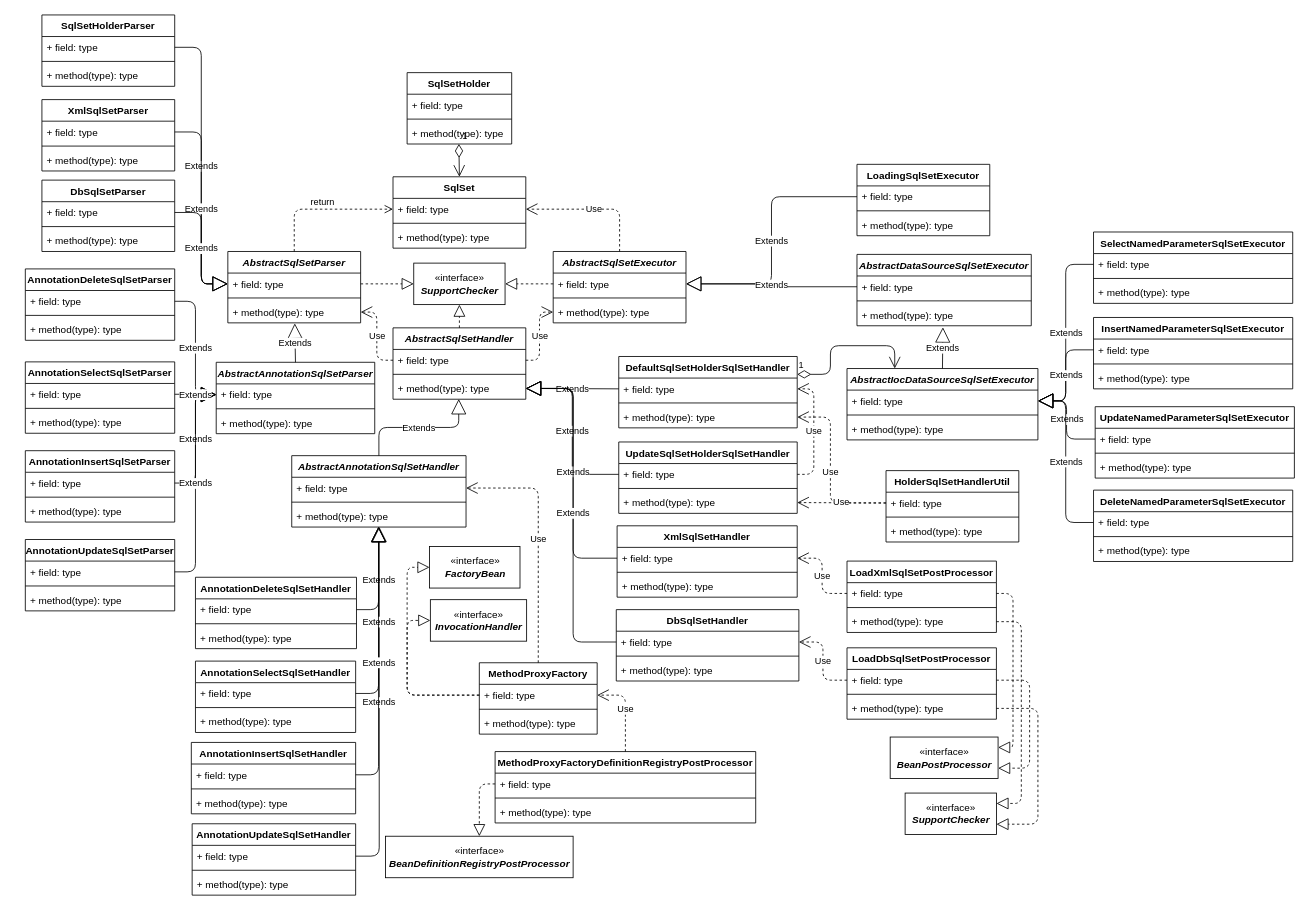
The draw.io diagram doc/SqlSet.drawio in waltertan1988/springboot-orm, before the edit. Source tidied: cells renumbered, new cells numbered last; positions are measured from the earlier drawing's top-left corner, leaving out a move shared by most shapes. Both pictures are drawn from the tidied source at 83%, with x=0, y=0 at pixel (25, 15).
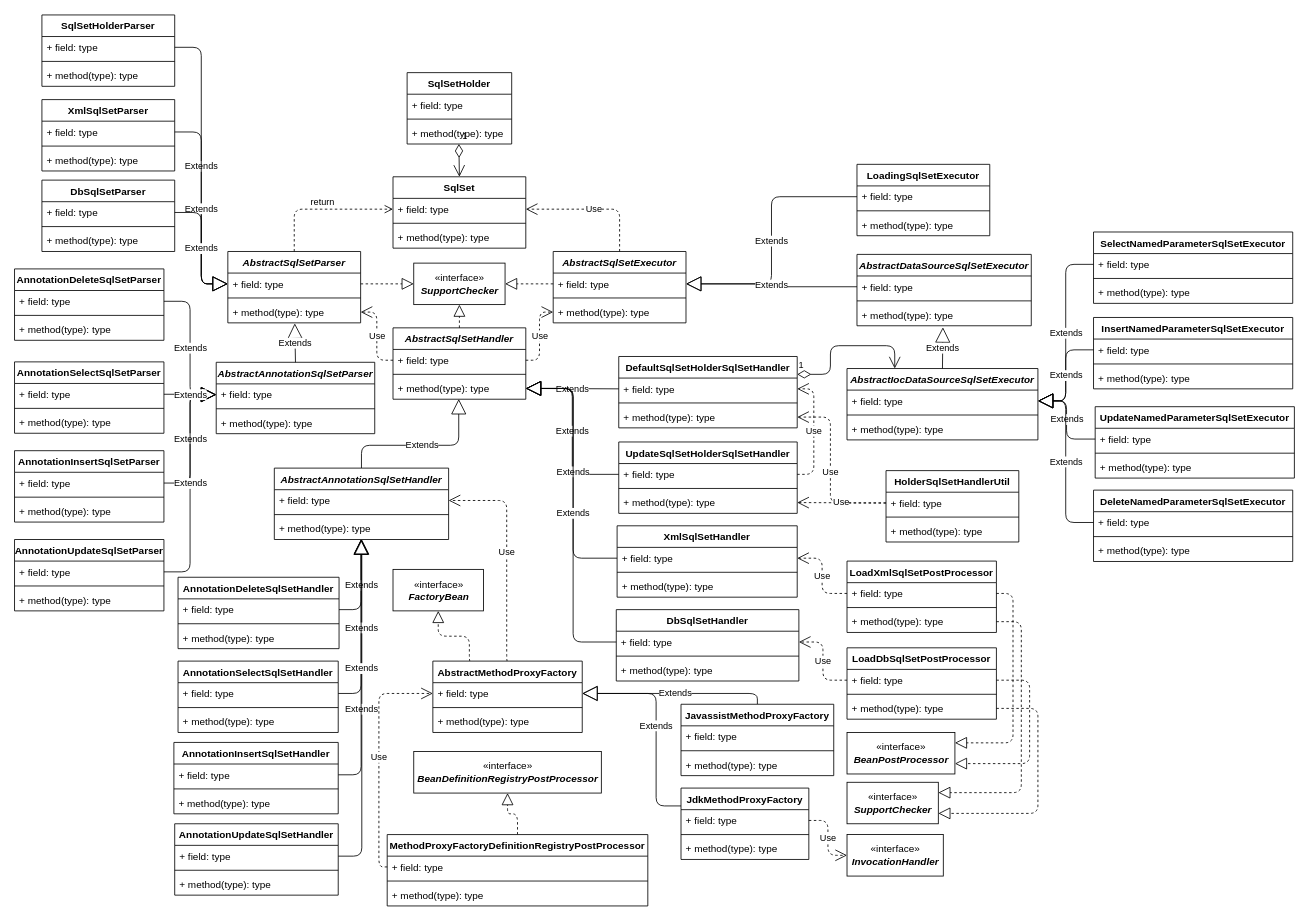
The same page after the edit.

Unchanged cells that the change refers to:
```xml
<mxCell id="6" value="+ method(type): type" style="text;strokeColor=none;fillColor=none;align=left;verticalAlign=top;spacingLeft=4;spacingRight=4;overflow=hidden;points=[[0,0.5],[1,0.5]];portConstraint=eastwest;" parent="3" vertex="1">
  <mxGeometry y="60" width="160" height="26" as="geometry" />
</mxCell>
```

The edit, as a diff of the source:
```diff
@@
     <mxCell id="67" value="AnnotationSelectSqlSetParser" style="swimlane;fontStyle=1;align=center;verticalAlign=top;horizontal=1;startSize=26;" parent="1" vertex="1">
-      <mxGeometry y="417.5" width="180" height="86" as="geometry" />
+      <mxGeometry x="-13" y="417.5" width="180" height="86" as="geometry" />
     </mxCell>
@@
     <mxCell id="71" value="AnnotationInsertSqlSetParser" style="swimlane;fontStyle=1;align=center;verticalAlign=top;horizontal=1;startSize=26;" parent="1" vertex="1">
-      <mxGeometry y="524.5" width="180" height="86" as="geometry" />
+      <mxGeometry x="-13" y="524.5" width="180" height="86" as="geometry" />
     </mxCell>
@@
     <mxCell id="75" value="AnnotationUpdateSqlSetParser" style="swimlane;fontStyle=1;align=center;verticalAlign=top;horizontal=1;startSize=26;" parent="1" vertex="1">
-      <mxGeometry y="631.5" width="180" height="86" as="geometry" />
+      <mxGeometry x="-13" y="631.5" width="180" height="86" as="geometry" />
     </mxCell>
@@
     <mxCell id="79" value="AnnotationDeleteSqlSetParser" style="swimlane;fontStyle=1;align=center;verticalAlign=top;horizontal=1;startSize=26;" parent="1" vertex="1">
-      <mxGeometry y="305.5" width="180" height="86" as="geometry" />
+      <mxGeometry x="-13" y="305.5" width="180" height="86" as="geometry" />
     </mxCell>
@@
-    <mxCell id="102" value="AbstractAnnotationSqlSetHandler" style="swimlane;fontStyle=3;align=center;verticalAlign=top;horizontal=1;startSize=26;" parent="1" vertex="1">
-      <mxGeometry x="321" y="530.5" width="210" height="86" as="geometry" />
-    </mxCell>
-    <mxCell id="103" value="+ field: type" style="text;strokeColor=none;fillColor=none;align=left;verticalAlign=top;spacingLeft=4;spacingRight=4;overflow=hidden;points=[[0,0.5],[1,0.5]];portConstraint=eastwest;" parent="102" vertex="1">
-      <mxGeometry y="26" width="210" height="26" as="geometry" />
-    </mxCell>
-    <mxCell id="104" style="line;strokeWidth=1;fillColor=none;align=left;verticalAlign=middle;spacingTop=-1;spacingLeft=3;spacingRight=3;labelPosition=right;" parent="102" vertex="1">
-      <mxGeometry y="52" width="210" height="8" as="geometry" />
-    </mxCell>
-    <mxCell id="105" value="+ method(type): type" style="text;strokeColor=none;fillColor=none;align=left;verticalAlign=top;spacingLeft=4;spacingRight=4;overflow=hidden;points=[[0,0.5],[1,0.5]];portConstraint=eastwest;" parent="102" vertex="1">
-      <mxGeometry y="60" width="210" height="26" as="geometry" />
-    </mxCell>
     <mxCell id="106" value="AnnotationDeleteSqlSetHandler" style="swimlane;fontStyle=1;align=center;verticalAlign=top;horizontal=1;startSize=26;" parent="1" vertex="1">
-      <mxGeometry x="205" y="677" width="194" height="86" as="geometry" />
+      <mxGeometry x="184" y="677" width="194" height="86" as="geometry" />
     </mxCell>
@@
     <mxCell id="110" value="AnnotationUpdateSqlSetHandler" style="swimlane;fontStyle=1;align=center;verticalAlign=top;horizontal=1;startSize=26;" parent="1" vertex="1">
-      <mxGeometry x="201" y="974" width="197" height="86" as="geometry" />
+      <mxGeometry x="180" y="974" width="197" height="86" as="geometry" />
     </mxCell>
@@
     <mxCell id="114" value="AnnotationSelectSqlSetHandler" style="swimlane;fontStyle=1;align=center;verticalAlign=top;horizontal=1;startSize=26;" parent="1" vertex="1">
-      <mxGeometry x="205" y="778" width="193" height="86" as="geometry" />
+      <mxGeometry x="184" y="778" width="193" height="86" as="geometry" />
     </mxCell>
@@
     <mxCell id="118" value="AnnotationInsertSqlSetHandler" style="swimlane;fontStyle=1;align=center;verticalAlign=top;horizontal=1;startSize=26;" parent="1" vertex="1">
-      <mxGeometry x="200" y="876" width="198" height="86" as="geometry" />
+      <mxGeometry x="179" y="876" width="198" height="86" as="geometry" />
     </mxCell>
@@
     <mxCell id="126" value="Extends" style="endArrow=block;endSize=16;endFill=0;html=1;exitX=0.5;exitY=0;exitDx=0;exitDy=0;entryX=0.495;entryY=0.988;entryDx=0;entryDy=0;entryPerimeter=0;edgeStyle=orthogonalEdgeStyle;" parent="1" edge="1" source="102" target="6">
-      <mxGeometry relative="1" as="geometry" />
+      <mxGeometry relative="1" as="geometry">
+        <Array as="points">
+          <mxPoint x="405" y="518" />
+          <mxPoint x="522" y="518" />
+        </Array>
+      </mxGeometry>
     </mxCell>
@@
-    <mxCell id="147" value="MethodProxyFactory" style="swimlane;fontStyle=1;align=center;verticalAlign=top;horizontal=1;startSize=26;" parent="1" vertex="1">
-      <mxGeometry x="547" y="780" width="142" height="86" as="geometry" />
-    </mxCell>
-    <mxCell id="148" value="+ field: type" style="text;strokeColor=none;fillColor=none;align=left;verticalAlign=top;spacingLeft=4;spacingRight=4;overflow=hidden;points=[[0,0.5],[1,0.5]];portConstraint=eastwest;" parent="147" vertex="1">
-      <mxGeometry y="26" width="142" height="26" as="geometry" />
-    </mxCell>
-    <mxCell id="149" style="line;strokeWidth=1;fillColor=none;align=left;verticalAlign=middle;spacingTop=-1;spacingLeft=3;spacingRight=3;labelPosition=right;" parent="147" vertex="1">
-      <mxGeometry y="52" width="142" height="8" as="geometry" />
-    </mxCell>
-    <mxCell id="150" value="+ method(type): type" style="text;strokeColor=none;fillColor=none;align=left;verticalAlign=top;spacingLeft=4;spacingRight=4;overflow=hidden;" parent="147" vertex="1">
-      <mxGeometry y="60" width="142" height="26" as="geometry" />
-    </mxCell>
-    <mxCell id="151" value="Use" style="endArrow=open;endSize=12;dashed=1;html=1;entryX=1;entryY=0.5;entryDx=0;entryDy=0;exitX=0.5;exitY=0;exitDx=0;exitDy=0;edgeStyle=orthogonalEdgeStyle;elbow=vertical;" parent="1" edge="1" source="147" target="103">
-      <mxGeometry relative="1" as="geometry" />
+    <mxCell id="151" value="Use" style="endArrow=open;endSize=12;dashed=1;html=1;entryX=1;entryY=0.5;entryDx=0;entryDy=0;edgeStyle=orthogonalEdgeStyle;elbow=vertical;exitX=0.5;exitY=0;exitDx=0;exitDy=0;" parent="1" edge="1" source="193" target="103">
+      <mxGeometry relative="1" as="geometry">
+        <Array as="points">
+          <mxPoint x="580" y="585" />
+        </Array>
+      </mxGeometry>
     </mxCell>
     <mxCell id="152" value="«interface»&lt;br&gt;&lt;b&gt;&lt;i&gt;FactoryBean&lt;/i&gt;&lt;/b&gt;" style="html=1;" parent="1" vertex="1">
-      <mxGeometry x="487" y="640" width="109" height="50" as="geometry" />
+      <mxGeometry x="443" y="667.5" width="109" height="50" as="geometry" />
     </mxCell>
     <mxCell id="153" value="«interface»&lt;br&gt;&lt;b&gt;&lt;i&gt;InvocationHandler&lt;/i&gt;&lt;/b&gt;" style="html=1;" parent="1" vertex="1">
-      <mxGeometry x="488" y="704" width="116" height="50" as="geometry" />
+      <mxGeometry x="990" y="987" width="116" height="50" as="geometry" />
     </mxCell>
-    <mxCell id="154" style="endArrow=block;dashed=1;endFill=0;endSize=12;html=1;entryX=0;entryY=0.5;entryDx=0;entryDy=0;exitX=0;exitY=0.5;exitDx=0;exitDy=0;edgeStyle=elbowEdgeStyle;" parent="1" edge="1" source="148" target="153">
-      <mxGeometry relative="1" as="geometry">
-        <Array as="points">
-          <mxPoint x="460" y="778" />
-        </Array>
-      </mxGeometry>
-    </mxCell>
-    <mxCell id="155" style="endArrow=block;dashed=1;endFill=0;endSize=12;html=1;entryX=0;entryY=0.5;entryDx=0;entryDy=0;exitX=0;exitY=0.5;exitDx=0;exitDy=0;edgeStyle=elbowEdgeStyle;" parent="1" edge="1" source="148" target="152">
+    <mxCell id="155" style="endArrow=block;dashed=1;endFill=0;endSize=12;html=1;entryX=0.5;entryY=1;entryDx=0;entryDy=0;exitX=0.25;exitY=0;exitDx=0;exitDy=0;edgeStyle=orthogonalEdgeStyle;" parent="1" edge="1" source="193" target="152">
       <mxGeometry relative="1" as="geometry">
         <Array as="points">
-          <mxPoint x="460" y="738" />
+          <mxPoint x="535" y="748" />
+          <mxPoint x="498" y="748" />
         </Array>
       </mxGeometry>
     </mxCell>
-    <mxCell id="156" value="MethodProxyFactoryDefinitionRegistryPostProcessor" style="swimlane;fontStyle=1;align=center;verticalAlign=top;horizontal=1;startSize=26;" parent="1" vertex="1">
-      <mxGeometry x="566" y="887" width="314" height="86" as="geometry" />
-    </mxCell>
-    <mxCell id="157" value="+ field: type" style="text;strokeColor=none;fillColor=none;align=left;verticalAlign=top;spacingLeft=4;spacingRight=4;overflow=hidden;points=[[0,0.5],[1,0.5]];portConstraint=eastwest;" parent="156" vertex="1">
-      <mxGeometry y="26" width="314" height="26" as="geometry" />
-    </mxCell>
-    <mxCell id="158" style="line;strokeWidth=1;fillColor=none;align=left;verticalAlign=middle;spacingTop=-1;spacingLeft=3;spacingRight=3;labelPosition=right;" parent="156" vertex="1">
-      <mxGeometry y="52" width="314" height="8" as="geometry" />
-    </mxCell>
-    <mxCell id="159" value="+ method(type): type" style="text;strokeColor=none;fillColor=none;align=left;verticalAlign=top;spacingLeft=4;spacingRight=4;overflow=hidden;" parent="156" vertex="1">
-      <mxGeometry y="60" width="314" height="26" as="geometry" />
-    </mxCell>
     <mxCell id="160" value="«interface»&lt;br&gt;&lt;b&gt;&lt;i&gt;BeanDefinitionRegistryPostProcessor&lt;/i&gt;&lt;/b&gt;" style="html=1;" parent="1" vertex="1">
-      <mxGeometry x="434" y="989" width="226" height="50" as="geometry" />
+      <mxGeometry x="468" y="887" width="226" height="50" as="geometry" />
     </mxCell>
-    <mxCell id="161" value="Use" style="endArrow=open;endSize=12;dashed=1;html=1;exitX=0.5;exitY=0;exitDx=0;exitDy=0;edgeStyle=elbowEdgeStyle;" parent="1" edge="1" source="156" target="148">
-      <mxGeometry relative="1" as="geometry">
-        <Array as="points">
-          <mxPoint x="723" y="838" />
-        </Array>
-      </mxGeometry>
+    <mxCell id="161" value="Use" style="endArrow=open;endSize=12;dashed=1;html=1;exitX=0;exitY=0.5;exitDx=0;exitDy=0;entryX=0;entryY=0.5;entryDx=0;entryDy=0;edgeStyle=orthogonalEdgeStyle;" parent="1" edge="1" source="157" target="194">
+      <mxGeometry relative="1" as="geometry" />
     </mxCell>
-    <mxCell id="162" style="endArrow=block;dashed=1;endFill=0;endSize=12;html=1;entryX=0.5;entryY=0;entryDx=0;entryDy=0;exitX=0;exitY=0.5;exitDx=0;exitDy=0;edgeStyle=orthogonalEdgeStyle;" parent="1" edge="1" source="157" target="160">
+    <mxCell id="162" style="endArrow=block;dashed=1;endFill=0;endSize=12;html=1;elbow=vertical;entryX=0.5;entryY=1;entryDx=0;entryDy=0;exitX=0.5;exitY=0;exitDx=0;exitDy=0;edgeStyle=orthogonalEdgeStyle;" parent="1" edge="1" source="156" target="160">
       <mxGeometry relative="1" as="geometry" />
     </mxCell>
@@
     <mxCell id="171" value="«interface»&lt;br&gt;&lt;b&gt;&lt;i&gt;BeanPostProcessor&lt;/i&gt;&lt;/b&gt;" style="html=1;" parent="1" vertex="1">
-      <mxGeometry x="1042" y="869.5" width="130" height="50" as="geometry" />
+      <mxGeometry x="990" y="864" width="130" height="50" as="geometry" />
     </mxCell>
     <mxCell id="172" value="«interface»&lt;br&gt;&lt;b&gt;&lt;i&gt;SupportChecker&lt;/i&gt;&lt;/b&gt;" style="html=1;" parent="1" vertex="1">
-      <mxGeometry x="1060" y="937" width="110" height="50" as="geometry" />
+      <mxGeometry x="990" y="924" width="110" height="50" as="geometry" />
     </mxCell>
@@
+    <mxCell id="191" value="Extends" style="endArrow=block;endSize=16;endFill=0;html=1;exitX=0.5;exitY=0;exitDx=0;exitDy=0;edgeStyle=orthogonalEdgeStyle;entryX=1;entryY=0.5;entryDx=0;entryDy=0;" parent="1" edge="1" source="147" target="194">
+      <mxGeometry relative="1" as="geometry" />
+    </mxCell>
+    <mxCell id="192" value="Extends" style="endArrow=block;endSize=16;endFill=0;html=1;exitX=0;exitY=0.25;exitDx=0;exitDy=0;edgeStyle=elbowEdgeStyle;entryX=1;entryY=0.5;entryDx=0;entryDy=0;" parent="1" edge="1" source="198" target="194">
+      <mxGeometry relative="1" as="geometry">
+        <Array as="points">
+          <mxPoint x="760" y="908" />
+          <mxPoint x="770" y="908" />
+          <mxPoint x="750" y="908" />
+          <mxPoint x="730" y="888" />
+          <mxPoint x="710" y="858" />
+          <mxPoint x="730" y="878" />
+        </Array>
+      </mxGeometry>
+    </mxCell>
+    <mxCell id="102" value="AbstractAnnotationSqlSetHandler" style="swimlane;fontStyle=3;align=center;verticalAlign=top;horizontal=1;startSize=26;" parent="1" vertex="1">
+      <mxGeometry x="300" y="545.5" width="210" height="86" as="geometry" />
+    </mxCell>
+    <mxCell id="103" value="+ field: type" style="text;strokeColor=none;fillColor=none;align=left;verticalAlign=top;spacingLeft=4;spacingRight=4;overflow=hidden;points=[[0,0.5],[1,0.5]];portConstraint=eastwest;" parent="102" vertex="1">
+      <mxGeometry y="26" width="210" height="26" as="geometry" />
+    </mxCell>
+    <mxCell id="104" style="line;strokeWidth=1;fillColor=none;align=left;verticalAlign=middle;spacingTop=-1;spacingLeft=3;spacingRight=3;labelPosition=right;" parent="102" vertex="1">
+      <mxGeometry y="52" width="210" height="8" as="geometry" />
+    </mxCell>
+    <mxCell id="105" value="+ method(type): type" style="text;strokeColor=none;fillColor=none;align=left;verticalAlign=top;spacingLeft=4;spacingRight=4;overflow=hidden;points=[[0,0.5],[1,0.5]];portConstraint=eastwest;" parent="102" vertex="1">
+      <mxGeometry y="60" width="210" height="26" as="geometry" />
+    </mxCell>
+    <mxCell id="156" value="MethodProxyFactoryDefinitionRegistryPostProcessor" style="swimlane;fontStyle=1;align=center;verticalAlign=top;horizontal=1;startSize=26;" parent="1" vertex="1">
+      <mxGeometry x="436" y="987" width="314" height="86" as="geometry" />
+    </mxCell>
+    <mxCell id="157" value="+ field: type" style="text;strokeColor=none;fillColor=none;align=left;verticalAlign=top;spacingLeft=4;spacingRight=4;overflow=hidden;points=[[0,0.5],[1,0.5]];portConstraint=eastwest;" parent="156" vertex="1">
+      <mxGeometry y="26" width="314" height="26" as="geometry" />
+    </mxCell>
+    <mxCell id="158" style="line;strokeWidth=1;fillColor=none;align=left;verticalAlign=middle;spacingTop=-1;spacingLeft=3;spacingRight=3;labelPosition=right;" parent="156" vertex="1">
+      <mxGeometry y="52" width="314" height="8" as="geometry" />
+    </mxCell>
+    <mxCell id="159" value="+ method(type): type" style="text;strokeColor=none;fillColor=none;align=left;verticalAlign=top;spacingLeft=4;spacingRight=4;overflow=hidden;" parent="156" vertex="1">
+      <mxGeometry y="60" width="314" height="26" as="geometry" />
+    </mxCell>
+    <mxCell id="193" value="AbstractMethodProxyFactory" style="swimlane;fontStyle=1;align=center;verticalAlign=top;horizontal=1;startSize=26;" parent="1" vertex="1">
+      <mxGeometry x="491" y="778" width="180" height="86" as="geometry" />
+    </mxCell>
+    <mxCell id="194" value="+ field: type" style="text;strokeColor=none;fillColor=none;align=left;verticalAlign=top;spacingLeft=4;spacingRight=4;overflow=hidden;points=[[0,0.5],[1,0.5]];portConstraint=eastwest;" parent="193" vertex="1">
+      <mxGeometry y="26" width="180" height="26" as="geometry" />
+    </mxCell>
+    <mxCell id="195" style="line;strokeWidth=1;fillColor=none;align=left;verticalAlign=middle;spacingTop=-1;spacingLeft=3;spacingRight=3;labelPosition=right;" parent="193" vertex="1">
+      <mxGeometry y="52" width="180" height="8" as="geometry" />
+    </mxCell>
+    <mxCell id="196" value="+ method(type): type" style="text;strokeColor=none;fillColor=none;align=left;verticalAlign=top;spacingLeft=4;spacingRight=4;overflow=hidden;" parent="193" vertex="1">
+      <mxGeometry y="60" width="180" height="26" as="geometry" />
+    </mxCell>
+    <mxCell id="197" value="Use" style="endArrow=open;endSize=12;dashed=1;html=1;exitX=1;exitY=0.5;exitDx=0;exitDy=0;entryX=0;entryY=0.5;entryDx=0;entryDy=0;edgeStyle=elbowEdgeStyle;" parent="1" edge="1" source="199" target="153">
+      <mxGeometry relative="1" as="geometry" />
+    </mxCell>
+    <mxCell id="147" value="JavassistMethodProxyFactory" style="swimlane;fontStyle=1;align=center;verticalAlign=top;horizontal=1;startSize=26;" parent="1" vertex="1">
+      <mxGeometry x="790" y="830" width="184" height="86" as="geometry" />
+    </mxCell>
+    <mxCell id="148" value="+ field: type" style="text;strokeColor=none;fillColor=none;align=left;verticalAlign=top;spacingLeft=4;spacingRight=4;overflow=hidden;points=[[0,0.5],[1,0.5]];portConstraint=eastwest;" parent="147" vertex="1">
+      <mxGeometry y="26" width="184" height="26" as="geometry" />
+    </mxCell>
+    <mxCell id="149" style="line;strokeWidth=1;fillColor=none;align=left;verticalAlign=middle;spacingTop=-1;spacingLeft=3;spacingRight=3;labelPosition=right;" parent="147" vertex="1">
+      <mxGeometry y="52" width="184" height="8" as="geometry" />
+    </mxCell>
+    <mxCell id="150" value="+ method(type): type" style="text;strokeColor=none;fillColor=none;align=left;verticalAlign=top;spacingLeft=4;spacingRight=4;overflow=hidden;" parent="147" vertex="1">
+      <mxGeometry y="60" width="184" height="26" as="geometry" />
+    </mxCell>
+    <mxCell id="198" value="JdkMethodProxyFactory" style="swimlane;fontStyle=1;align=center;verticalAlign=top;horizontal=1;startSize=26;" parent="1" vertex="1">
+      <mxGeometry x="790" y="931" width="154" height="86" as="geometry" />
+    </mxCell>
+    <mxCell id="199" value="+ field: type" style="text;strokeColor=none;fillColor=none;align=left;verticalAlign=top;spacingLeft=4;spacingRight=4;overflow=hidden;points=[[0,0.5],[1,0.5]];portConstraint=eastwest;" parent="198" vertex="1">
+      <mxGeometry y="26" width="154" height="26" as="geometry" />
+    </mxCell>
+    <mxCell id="200" style="line;strokeWidth=1;fillColor=none;align=left;verticalAlign=middle;spacingTop=-1;spacingLeft=3;spacingRight=3;labelPosition=right;" parent="198" vertex="1">
+      <mxGeometry y="52" width="154" height="8" as="geometry" />
+    </mxCell>
+    <mxCell id="201" value="+ method(type): type" style="text;strokeColor=none;fillColor=none;align=left;verticalAlign=top;spacingLeft=4;spacingRight=4;overflow=hidden;" parent="198" vertex="1">
+      <mxGeometry y="60" width="154" height="26" as="geometry" />
+    </mxCell>
```
